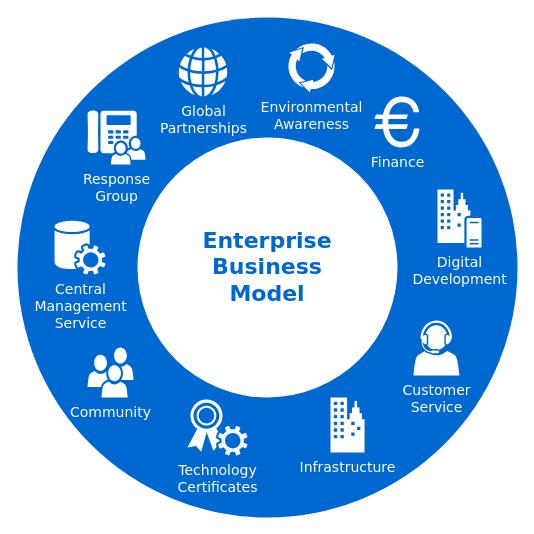
Above: Diagrama sin título.drawio in williamm6891/Actividad_1 (draw.io), before the change. Source tidied: cells renumbered, new cells numbered last; positions are measured from the earlier drawing's top-left corner, leaving out a move shared by most shapes. Both pictures are drawn from the tidied source at 100%, with x=0, y=0 at pixel (17, 17).
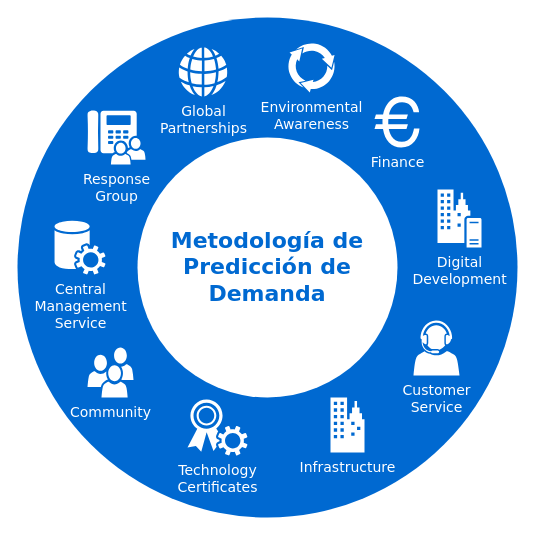
After the change.

What changed in the source:
```diff
@@
 <mxGraphModel>
   <root>
     <mxCell id="0" />
     <mxCell id="1" parent="0" />
     <mxCell id="2" style="ellipse;whiteSpace=wrap;html=1;rounded=0;shadow=0;comic=0;strokeWidth=1;fontFamily=Verdana;fontSize=14;strokeColor=none;fillColor=#0069D1;" parent="1" vertex="1">
       <mxGeometry width="500" height="500" as="geometry" />
     </mxCell>
-    <mxCell id="3" value="Enterprise&lt;div&gt;Business&lt;/div&gt;&lt;div&gt;Model&lt;/div&gt;" style="ellipse;whiteSpace=wrap;html=1;rounded=0;shadow=0;comic=0;strokeWidth=1;fontFamily=Verdana;fontSize=22;strokeColor=none;fillColor=#ffffff;fontColor=#0069D1;fontStyle=1;" parent="1" vertex="1">
+    <mxCell id="3" value="Metodología de Predicción de Demanda" style="ellipse;whiteSpace=wrap;html=1;rounded=0;shadow=0;comic=0;strokeWidth=1;fontFamily=Verdana;fontSize=22;strokeColor=none;fillColor=#ffffff;fontColor=#0069D1;fontStyle=1;" parent="1" vertex="1">
       <mxGeometry x="120" y="120" width="260" height="260" as="geometry" />
     </mxCell>
     <mxCell id="4" value="Community" style="shadow=0;dashed=0;html=1;strokeColor=none;fillColor=#ffffff;labelPosition=center;verticalLabelPosition=bottom;verticalAlign=top;shape=mxgraph.office.users.users;rounded=0;comic=0;fontFamily=Verdana;fontSize=14;fontColor=#FFFFFF;" parent="1" vertex="1">
       <mxGeometry x="70" y="330" width="46" height="50" as="geometry" />
     </mxCell>
     <mxCell id="5" value="Customer&lt;div&gt;Service&lt;/div&gt;" style="shadow=0;dashed=0;html=1;strokeColor=none;fillColor=#ffffff;labelPosition=center;verticalLabelPosition=bottom;verticalAlign=top;shape=mxgraph.office.users.call_center_agent;rounded=0;comic=0;fontFamily=Verdana;fontSize=14;fontColor=#FFFFFF;" parent="1" vertex="1">
       <mxGeometry x="396" y="303" width="46" height="55" as="geometry" />
     </mxCell>
     <mxCell id="6" value="Response&lt;div&gt;Group&lt;/div&gt;" style="shadow=0;dashed=0;html=1;strokeColor=none;fillColor=#ffffff;labelPosition=center;verticalLabelPosition=bottom;verticalAlign=top;shape=mxgraph.office.users.response_group;rounded=0;comic=0;fontFamily=Verdana;fontSize=14;fontColor=#FFFFFF;" parent="1" vertex="1">
       <mxGeometry x="70" y="93" width="58" height="54" as="geometry" />
     </mxCell>
     <mxCell id="7" value="Central&lt;div&gt;Management&lt;/div&gt;&lt;div&gt;Service&lt;/div&gt;" style="shadow=0;dashed=0;html=1;strokeColor=none;fillColor=#ffffff;labelPosition=center;verticalLabelPosition=bottom;verticalAlign=top;shape=mxgraph.office.services.central_management_service;rounded=0;comic=0;fontFamily=Verdana;fontSize=14;fontColor=#FFFFFF;" parent="1" vertex="1">
       <mxGeometry x="37" y="203" width="51" height="54" as="geometry" />
     </mxCell>
     <mxCell id="8" value="Digital&lt;div&gt;Development&lt;/div&gt;" style="shadow=0;dashed=0;html=1;strokeColor=none;fillColor=#ffffff;labelPosition=center;verticalLabelPosition=bottom;verticalAlign=top;shape=mxgraph.office.servers.on_premises_server;rounded=0;comic=0;fontFamily=Verdana;fontSize=14;fontColor=#FFFFFF;" parent="1" vertex="1">
       <mxGeometry x="420" y="172" width="44" height="58" as="geometry" />
     </mxCell>
     <mxCell id="9" value="Technology&lt;div&gt;Certificates&lt;/div&gt;" style="shadow=0;dashed=0;html=1;strokeColor=none;fillColor=#ffffff;labelPosition=center;verticalLabelPosition=bottom;verticalAlign=top;shape=mxgraph.office.security.token_service;rounded=0;comic=0;fontFamily=Verdana;fontSize=14;fontColor=#FFFFFF;" parent="1" vertex="1">
       <mxGeometry x="170" y="382" width="60" height="56" as="geometry" />
     </mxCell>
     <mxCell id="10" value="Infrastructure" style="shadow=0;dashed=0;html=1;strokeColor=none;fillColor=#ffffff;labelPosition=center;verticalLabelPosition=bottom;verticalAlign=top;shape=mxgraph.office.concepts.on_premises;rounded=0;comic=0;fontFamily=Verdana;fontSize=14;fontColor=#FFFFFF;" parent="1" vertex="1">
       <mxGeometry x="313" y="380" width="34" height="55" as="geometry" />
     </mxCell>
     <mxCell id="11" value="Global&lt;div&gt;Partnerships&lt;/div&gt;" style="shadow=0;dashed=0;html=1;strokeColor=none;fillColor=#ffffff;labelPosition=center;verticalLabelPosition=bottom;verticalAlign=top;shape=mxgraph.office.concepts.globe_internet;rounded=0;comic=0;fontFamily=Verdana;fontSize=14;fontColor=#FFFFFF;" parent="1" vertex="1">
       <mxGeometry x="161" y="30" width="49" height="49" as="geometry" />
     </mxCell>
     <mxCell id="12" value="Environmental&lt;div&gt;Awareness&lt;/div&gt;" style="shadow=0;dashed=0;html=1;strokeColor=none;shape=mxgraph.mscae.general.continuous_cycle;fillColor=#ffffff;rounded=0;comic=0;fontFamily=Verdana;fontSize=14;fontColor=#FFFFFF;verticalAlign=top;labelPosition=center;verticalLabelPosition=bottom;align=center;" parent="1" vertex="1">
       <mxGeometry x="270" y="25" width="48" height="50" as="geometry" />
     </mxCell>
     <mxCell id="13" value="Finance" style="shape=mxgraph.signs.travel.euro;html=1;fillColor=#ffffff;strokeColor=none;verticalLabelPosition=bottom;verticalAlign=top;align=center;rounded=0;shadow=0;dashed=0;comic=0;fontFamily=Verdana;fontSize=14;fontColor=#FFFFFF;" parent="1" vertex="1">
       <mxGeometry x="357" y="79" width="45" height="51" as="geometry" />
     </mxCell>
   </root>
 </mxGraphModel>
```
